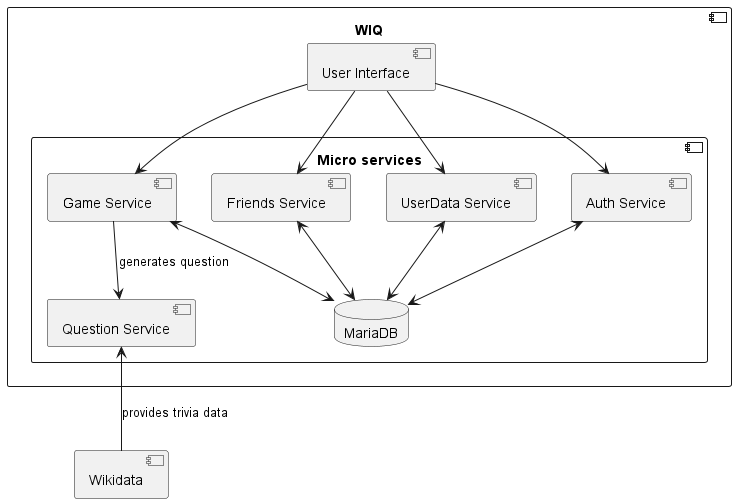
The PlantUML diagram images/BlackBox Level 3.png in Arquisoft/wiq_es1c, before a commit.
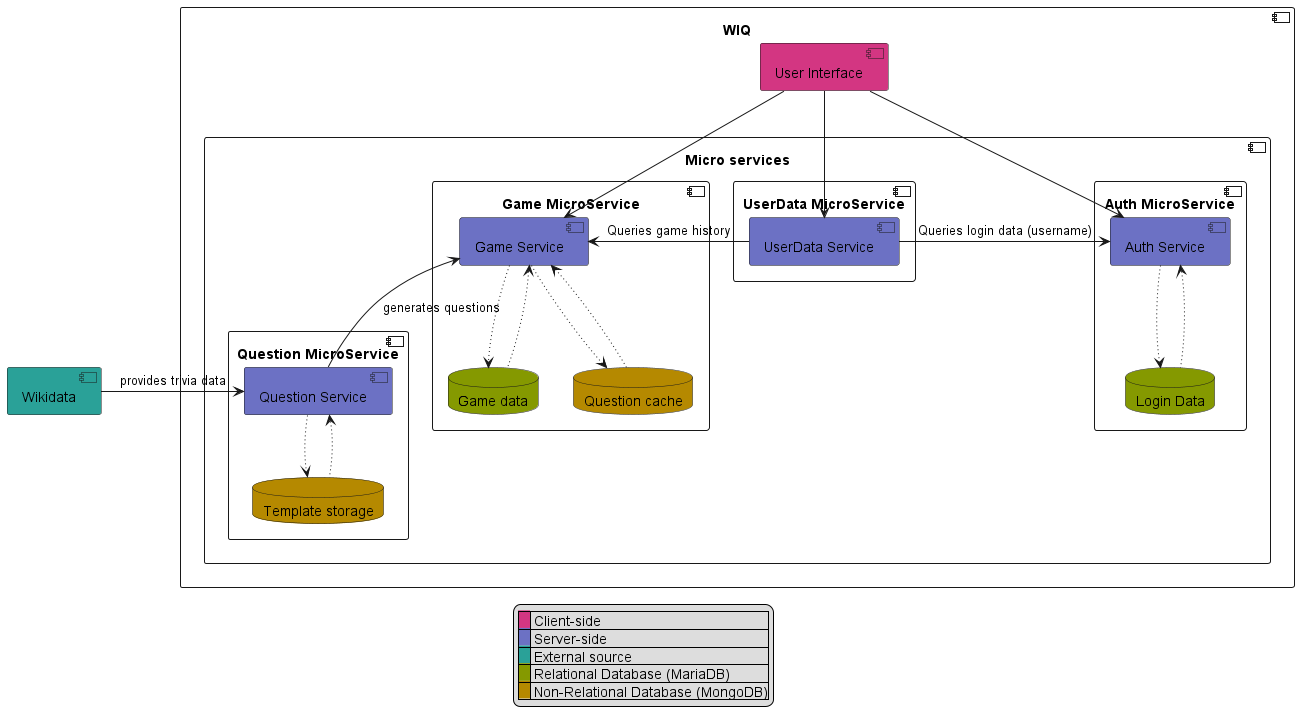
The same diagram one commit later.

What changed in the source:
```diff
@@ -2,32 +2,56 @@
 Component WIQ as "WIQ" {
 
     Component ms as "Micro services" {
-        Component auth as "Auth Service"
-        Component questions as "Question Service"
-        Component game as "Game Service"
-        Component friends as "Friends Service"
-        Component history as "UserData Service"
-        Database d as "MariaDB"
+        Component c1 as "Auth MicroService" {
+            Component auth as "Auth Service" #6c71c4
+            Database d1 as "Login Data" #859900
+        }
+
+        Component c2 as "UserData MicroService" {
+            Component history as "UserData Service" #6c71c4
+        }
+
+        Component c3 as "Game MicroService" {
+            Component game as "Game Service" #6c71c4
+            Database d2 as "Game data" #859900
+            Database d5 as "Question cache" #b58900
+        }
+
+        Component c4 as "Question MicroService" {
+            Component questions as "Question Service" #6c71c4
+            Database d6 as "Template storage" #b58900
+        }
     }
 
-    Component ui as "User Interface"
-
+    Component ui as "User Interface" #d33682
 
     ui -down-> auth
     ui -down-> game
     ui -down-> history
-    ui -down-> friends
 
-
-
-    auth <-down-> d
-    game <-down-> d
-    friends <-down-> d
-    history <-down-> d
+    auth -[dotted]-> d1
+    auth <-[dotted]- d1
+    game -[dotted]-> d2
+    game <-[dotted]- d2
+    game -[dotted]-> d5
+    game <-[dotted]- d5
+    questions -[dotted]-> d6
+    questions <-[dotted]- d6
 }
 
-Component w as "Wikidata"
+Component w as "Wikidata" #2aa198
 
-game -down-> questions: generates question
-questions <-down- w: provides trivia data
+game <-- questions: generates questions
+questions <-left- w: provides trivia data
+
+game <-right- history: Queries game history
+auth <-left- history: Queries login data (username)
+
+legend
+ |<back:#d33682>   </back>| Client-side |
+ |<back:#6c71c4>   </back>| Server-side |
+ |<back:#2aa198>   </back>| External source |
+ |<back:#859900>   </back>| Relational Database (MariaDB) |
+ |<back:#b58900>   </back>| Non-Relational Database (MongoDB)|
+endlegend
 @enduml
```
